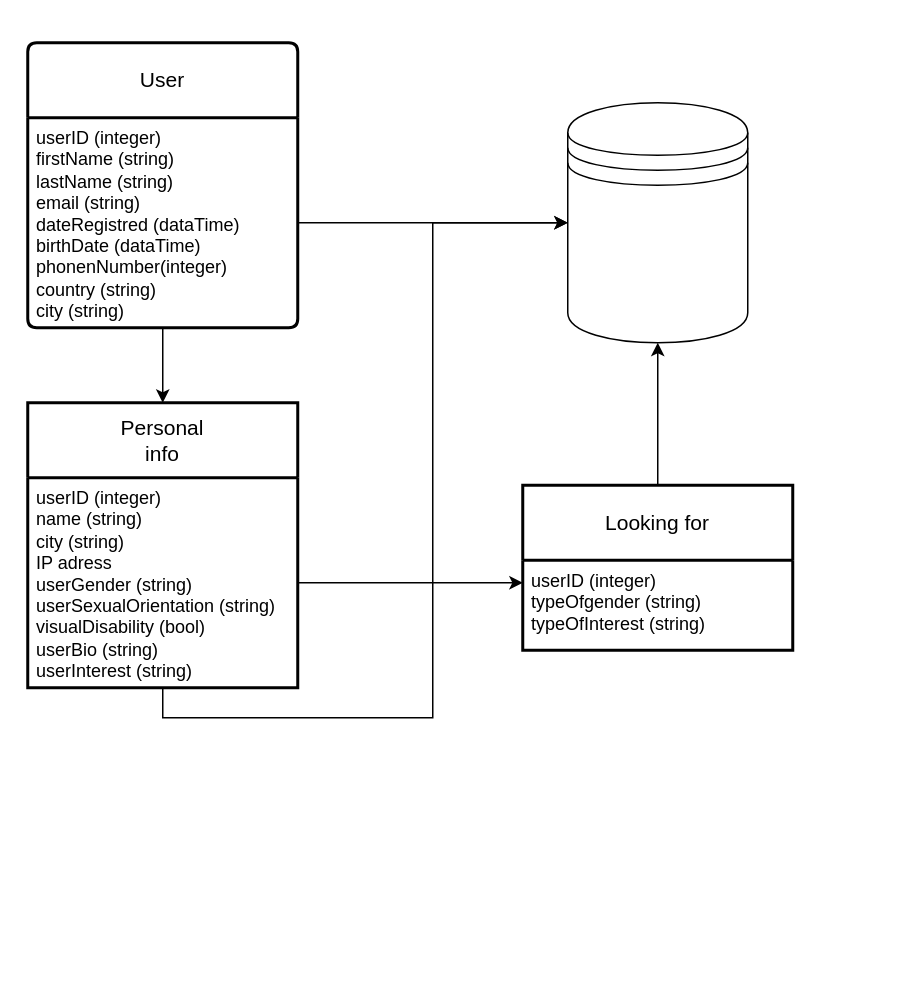
Above: Diagrama sin título.drawio in carrera29/My_SQL (draw.io), before the change. Source tidied: cells renumbered, new cells numbered last; positions are measured from the earlier drawing's top-left corner, leaving out a move shared by most shapes. Both pictures are drawn from the tidied source at 150%, with x=0, y=0 at pixel (27, 42).
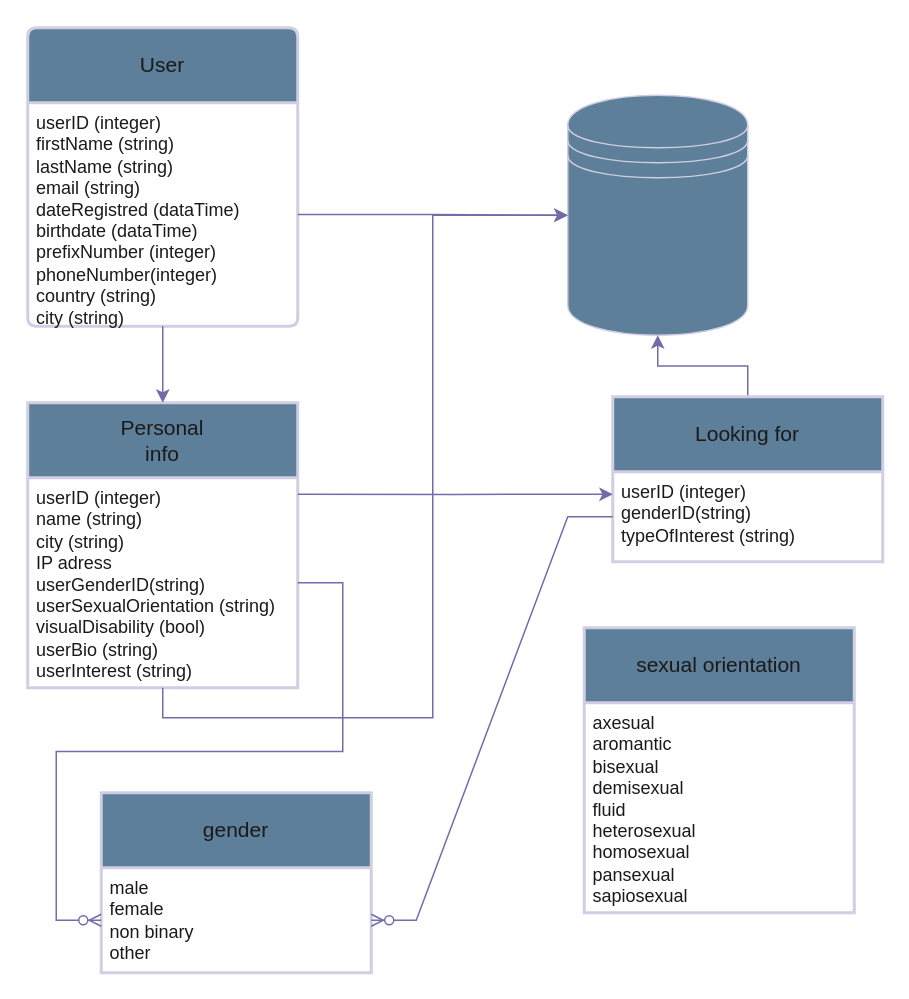
The same diagram, later.

Commit message:
gender and orientation included

What changed in the source:
```diff
@@
-    <mxCell id="2" value="User" style="swimlane;horizontal=1;startSize=50;rounded=1;fontSize=14;fontStyle=0;strokeWidth=2;shadow=0;dashed=0;align=center;arcSize=4;whiteSpace=wrap;html=1;" parent="1" vertex="1">
-      <mxGeometry width="180" height="190" as="geometry" />
+    <mxCell id="2" value="User" style="swimlane;horizontal=1;startSize=50;rounded=1;fontSize=14;fontStyle=0;strokeWidth=2;shadow=0;dashed=0;align=center;arcSize=4;whiteSpace=wrap;html=1;fillColor=#5D7F99;strokeColor=#D0CEE2;labelBackgroundColor=none;fontColor=#1A1A1A;" parent="1" vertex="1">
+      <mxGeometry y="-10" width="180" height="199" as="geometry" />
     </mxCell>
-    <mxCell id="3" value="userID (integer)&lt;br&gt;firstName (string)&lt;br&gt;lastName (string)&lt;br&gt;email (string)&lt;br&gt;dateRegistred (dataTime)&lt;br&gt;birthDate (dataTime)&lt;br&gt;phonenNumber(integer)&lt;br&gt;country (string)&lt;br&gt;city (string)" style="align=left;strokeColor=none;fillColor=none;spacingLeft=4;fontSize=12;verticalAlign=top;html=1;" parent="2" vertex="1">
-      <mxGeometry y="50" width="180" height="140" as="geometry" />
+    <mxCell id="3" value="userID (integer)&lt;br&gt;firstName (string)&lt;br&gt;lastName (string)&lt;br&gt;email (string)&lt;br&gt;dateRegistred (dataTime)&lt;br&gt;birthdate (dataTime)&lt;br&gt;prefixNumber (integer)&lt;br&gt;phoneNumber(integer)&lt;br&gt;country (string)&lt;br&gt;city (string)" style="align=left;strokeColor=none;fillColor=none;spacingLeft=4;fontSize=12;verticalAlign=top;html=1;labelBackgroundColor=none;fontColor=#1A1A1A;" parent="2" vertex="1">
+      <mxGeometry y="50" width="180" height="149" as="geometry" />
     </mxCell>
-    <mxCell id="4" value="Personal&lt;br&gt;info" style="swimlane;horizontal=1;startSize=50;rounded=1;fontSize=14;fontStyle=0;strokeWidth=2;shadow=0;dashed=0;align=center;arcSize=0;whiteSpace=wrap;html=1;" parent="1" vertex="1">
+    <mxCell id="4" value="Personal&lt;br&gt;info" style="swimlane;horizontal=1;startSize=50;rounded=1;fontSize=14;fontStyle=0;strokeWidth=2;shadow=0;dashed=0;align=center;arcSize=0;whiteSpace=wrap;html=1;labelBackgroundColor=none;fillColor=#5D7F99;strokeColor=#D0CEE2;fontColor=#1A1A1A;" parent="1" vertex="1">
       <mxGeometry y="240" width="180" height="190" as="geometry" />
     </mxCell>
-    <mxCell id="5" value="userID (integer)&lt;br&gt;name (string)&lt;br&gt;city (string)&lt;br&gt;IP adress&amp;nbsp;&lt;br&gt;userGender (string)&lt;br&gt;userSexualOrientation (string)&lt;br&gt;visualDisability (bool)&lt;br&gt;userBio (string)&lt;br&gt;userInterest (string)" style="align=left;strokeColor=none;fillColor=none;spacingLeft=4;fontSize=12;verticalAlign=top;html=1;" parent="4" vertex="1">
+    <mxCell id="5" value="userID (integer)&lt;br&gt;name (string)&lt;br&gt;city (string)&lt;br&gt;IP adress&amp;nbsp;&lt;br&gt;userGenderID(string)&lt;br&gt;userSexualOrientation (string)&lt;br&gt;visualDisability (bool)&lt;br&gt;userBio (string)&lt;br&gt;userInterest (string)" style="align=left;strokeColor=none;fillColor=none;spacingLeft=4;fontSize=12;verticalAlign=top;html=1;labelBackgroundColor=none;fontColor=#1A1A1A;" parent="4" vertex="1">
       <mxGeometry y="50" width="180" height="140" as="geometry" />
     </mxCell>
-    <mxCell id="6" style="edgeStyle=orthogonalEdgeStyle;rounded=0;jettySize=auto;html=1;exitX=0.5;exitY=1;exitDx=0;exitDy=0;entryX=0.5;entryY=0;entryDx=0;entryDy=0;" parent="1" edge="1" source="3" target="4">
+    <mxCell id="6" style="edgeStyle=orthogonalEdgeStyle;rounded=0;jettySize=auto;html=1;exitX=0.5;exitY=1;exitDx=0;exitDy=0;entryX=0.5;entryY=0;entryDx=0;entryDy=0;labelBackgroundColor=none;strokeColor=#736CA8;fontColor=default;" parent="1" edge="1" source="3" target="4">
       <mxGeometry relative="1" as="geometry" />
     </mxCell>
-    <mxCell id="7" style="shape=datastore;whiteSpace=wrap;html=1;" parent="1" vertex="1">
-      <mxGeometry x="360" y="40" width="120" height="160" as="geometry" />
+    <mxCell id="7" style="shape=datastore;whiteSpace=wrap;html=1;labelBackgroundColor=none;fillColor=#5D7F99;strokeColor=#D0CEE2;fontColor=#1A1A1A;" parent="1" vertex="1">
+      <mxGeometry x="360" y="35" width="120" height="160" as="geometry" />
     </mxCell>
-    <mxCell id="8" style="edgeStyle=orthogonalEdgeStyle;rounded=0;jettySize=auto;html=1;exitX=1;exitY=0.5;exitDx=0;exitDy=0;entryX=0;entryY=0.5;entryDx=0;entryDy=0;" parent="1" edge="1" source="3" target="7">
+    <mxCell id="8" style="edgeStyle=orthogonalEdgeStyle;rounded=0;jettySize=auto;html=1;exitX=1;exitY=0.5;exitDx=0;exitDy=0;entryX=0;entryY=0.5;entryDx=0;entryDy=0;labelBackgroundColor=none;strokeColor=#736CA8;fontColor=default;" parent="1" edge="1" source="3" target="7">
       <mxGeometry relative="1" as="geometry" />
     </mxCell>
-    <mxCell id="9" style="edgeStyle=orthogonalEdgeStyle;rounded=0;jettySize=auto;html=1;exitX=0.5;exitY=0;exitDx=0;exitDy=0;entryX=0.5;entryY=1;entryDx=0;entryDy=0;" parent="1" edge="1" source="10" target="7">
+    <mxCell id="9" style="edgeStyle=orthogonalEdgeStyle;rounded=0;jettySize=auto;html=1;exitX=0.5;exitY=0;exitDx=0;exitDy=0;entryX=0.5;entryY=1;entryDx=0;entryDy=0;labelBackgroundColor=none;strokeColor=#736CA8;fontColor=default;" parent="1" edge="1" source="10" target="7">
       <mxGeometry relative="1" as="geometry" />
     </mxCell>
-    <mxCell id="10" value="Looking for" style="swimlane;horizontal=1;startSize=50;rounded=1;fontSize=14;fontStyle=0;strokeWidth=2;shadow=0;dashed=0;align=center;arcSize=0;whiteSpace=wrap;html=1;" parent="1" vertex="1">
-      <mxGeometry x="330" y="295" width="180" height="110" as="geometry" />
+    <mxCell id="10" value="Looking for" style="swimlane;horizontal=1;startSize=50;rounded=1;fontSize=14;fontStyle=0;strokeWidth=2;shadow=0;dashed=0;align=center;arcSize=0;whiteSpace=wrap;html=1;labelBackgroundColor=none;fillColor=#5D7F99;strokeColor=#D0CEE2;fontColor=#1A1A1A;" parent="1" vertex="1">
+      <mxGeometry x="390" y="236" width="180" height="110" as="geometry" />
     </mxCell>
-    <mxCell id="11" value="userID (integer)&lt;br&gt;typeOfgender (string)&lt;br&gt;typeOfInterest&amp;nbsp;(string)" style="align=left;strokeColor=none;fillColor=none;spacingLeft=4;fontSize=12;verticalAlign=top;html=1;" parent="10" vertex="1">
+    <mxCell id="11" value="userID (integer)&lt;br&gt;genderID(string)&lt;br&gt;typeOfInterest&amp;nbsp;(string)" style="align=left;strokeColor=none;fillColor=none;spacingLeft=4;fontSize=12;verticalAlign=top;html=1;labelBackgroundColor=none;fontColor=#1A1A1A;" parent="10" vertex="1">
       <mxGeometry y="50" width="180" height="60" as="geometry" />
     </mxCell>
-    <mxCell id="12" style="edgeStyle=orthogonalEdgeStyle;rounded=0;jettySize=auto;html=1;exitX=1;exitY=0.5;exitDx=0;exitDy=0;entryX=0;entryY=0.25;entryDx=0;entryDy=0;" parent="1" edge="1" source="5" target="11">
+    <mxCell id="12" style="edgeStyle=orthogonalEdgeStyle;rounded=0;jettySize=auto;html=1;entryX=0;entryY=0.25;entryDx=0;entryDy=0;labelBackgroundColor=none;strokeColor=#736CA8;fontColor=default;exitX=1;exitY=0.079;exitDx=0;exitDy=0;exitPerimeter=0;" parent="1" edge="1" source="5" target="11">
       <mxGeometry relative="1" as="geometry" />
     </mxCell>
-    <mxCell id="13" style="edgeStyle=orthogonalEdgeStyle;rounded=0;jettySize=auto;html=1;exitX=0.5;exitY=1;exitDx=0;exitDy=0;entryX=0;entryY=0.5;entryDx=0;entryDy=0;" parent="1" edge="1" source="5" target="7">
+    <mxCell id="13" style="edgeStyle=orthogonalEdgeStyle;rounded=0;jettySize=auto;html=1;exitX=0.5;exitY=1;exitDx=0;exitDy=0;entryX=0;entryY=0.5;entryDx=0;entryDy=0;labelBackgroundColor=none;strokeColor=#736CA8;fontColor=default;" parent="1" edge="1" source="5" target="7">
       <mxGeometry relative="1" as="geometry" />
     </mxCell>
+    <mxCell id="14" value="gender" style="swimlane;horizontal=1;startSize=50;rounded=1;fontSize=14;fontStyle=0;strokeWidth=2;shadow=0;dashed=0;align=center;arcSize=0;whiteSpace=wrap;html=1;labelBackgroundColor=none;fillColor=#5D7F99;strokeColor=#D0CEE2;fontColor=#1A1A1A;" parent="1" vertex="1">
+      <mxGeometry x="49" y="500" width="180" height="120" as="geometry" />
+    </mxCell>
+    <mxCell id="15" value="male&lt;br&gt;female&lt;br&gt;non binary&lt;br&gt;other" style="align=left;strokeColor=none;fillColor=none;spacingLeft=4;fontSize=12;verticalAlign=top;html=1;labelBackgroundColor=none;fontColor=#1A1A1A;" parent="14" vertex="1">
+      <mxGeometry y="50" width="180" height="70" as="geometry" />
+    </mxCell>
+    <mxCell id="16" style="edgeStyle=entityRelationEdgeStyle;fontSize=12;html=1;endArrow=ERzeroToMany;endFill=1;rounded=0;strokeColor=#736CA8;fontColor=#1A1A1A;exitX=0;exitY=0.5;exitDx=0;exitDy=0;entryX=1;entryY=0.5;entryDx=0;entryDy=0;" parent="1" edge="1" source="11" target="15">
+      <mxGeometry relative="1" as="geometry" />
+    </mxCell>
+    <mxCell id="17" style="edgeStyle=entityRelationEdgeStyle;fontSize=12;html=1;endArrow=ERzeroToMany;endFill=1;rounded=0;strokeColor=#736CA8;fontColor=#1A1A1A;entryX=0;entryY=0.5;entryDx=0;entryDy=0;exitX=1;exitY=0.5;exitDx=0;exitDy=0;" parent="1" edge="1" source="5">
+      <mxGeometry relative="1" as="geometry">
+        <mxPoint x="49" y="585" as="targetPoint" />
+        <Array as="points">
+          <mxPoint x="250" y="630" />
+          <mxPoint x="-80" y="460" />
+          <mxPoint x="-60" y="473" />
+        </Array>
+      </mxGeometry>
+    </mxCell>
+    <mxCell id="18" value="sexual orientation" style="swimlane;horizontal=1;startSize=50;rounded=1;fontSize=14;fontStyle=0;strokeWidth=2;shadow=0;dashed=0;align=center;arcSize=0;whiteSpace=wrap;html=1;labelBackgroundColor=none;fillColor=#5D7F99;strokeColor=#D0CEE2;fontColor=#1A1A1A;" parent="1" vertex="1">
+      <mxGeometry x="371" y="390" width="180" height="190" as="geometry" />
+    </mxCell>
+    <mxCell id="19" value="axesual&lt;br&gt;aromantic&lt;br&gt;bisexual&lt;br&gt;demisexual&lt;br&gt;fluid&lt;br&gt;heterosexual&lt;br&gt;homosexual&lt;br&gt;pansexual&lt;br&gt;sapiosexual" style="align=left;strokeColor=none;fillColor=none;spacingLeft=4;fontSize=12;verticalAlign=top;html=1;labelBackgroundColor=none;fontColor=#1A1A1A;" parent="18" vertex="1">
+      <mxGeometry y="50" width="180" height="140" as="geometry" />
+    </mxCell>
```
